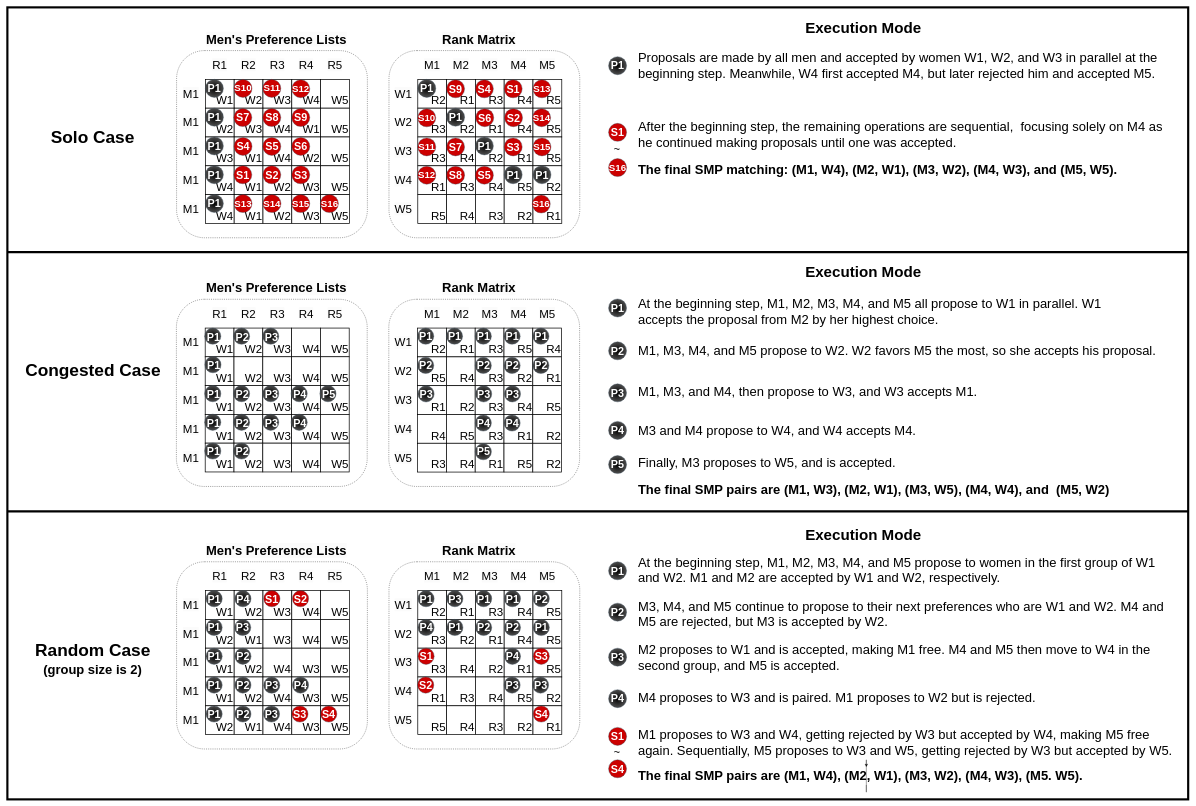
This is 3Workloads.drawio from victorliu-sq/BambooSMP-Figures, a draw.io file, before an edit. Source tidied: cells renumbered, new cells numbered last; positions are measured from the earlier drawing's top-left corner, leaving out a move shared by most shapes. Both pictures are drawn from the tidied source at 36%, with x=0, y=0 at pixel (7, 7).
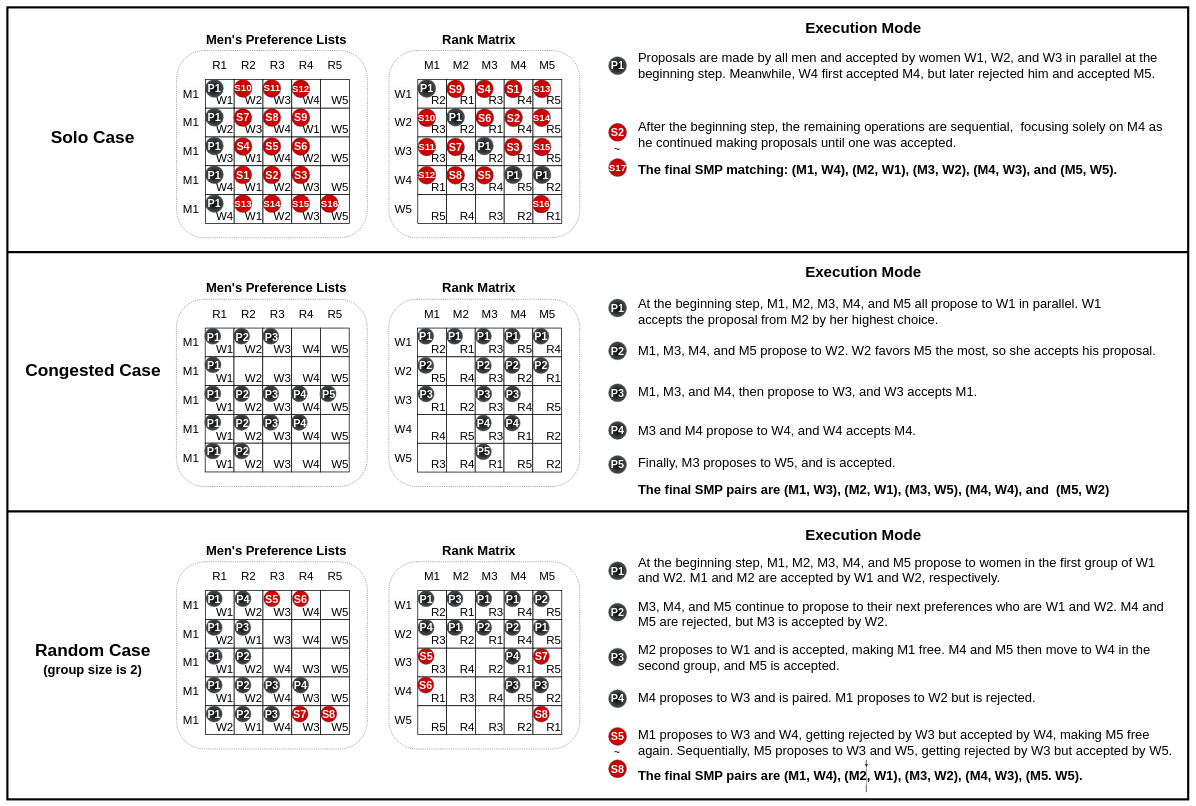
The same diagram, later.

The edit, as a diff of the source:
```diff
@@
-    <mxCell id="8" value="S1" style="ellipse;whiteSpace=wrap;html=1;strokeColor=#314354;align=center;verticalAlign=middle;fontFamily=Helvetica;fontSize=30;fillColor=#CC0000;fontColor=#ffffff;fontStyle=1;" parent="1" vertex="1">
+    <mxCell id="8" value="S2" style="ellipse;whiteSpace=wrap;html=1;strokeColor=#314354;align=center;verticalAlign=middle;fontFamily=Helvetica;fontSize=30;fillColor=#CC0000;fontColor=#ffffff;fontStyle=1;" parent="1" vertex="1">
       <mxGeometry x="1670" y="322.2" width="50" height="50" as="geometry" />
     </mxCell>
@@
-    <mxCell id="14" value="S16" style="ellipse;whiteSpace=wrap;html=1;strokeColor=#314354;align=center;verticalAlign=middle;fontFamily=Helvetica;fontSize=27;fillColor=#CC0000;fontColor=#ffffff;fontStyle=1;" parent="1" vertex="1">
+    <mxCell id="14" value="S17" style="ellipse;whiteSpace=wrap;html=1;strokeColor=#314354;align=center;verticalAlign=middle;fontFamily=Helvetica;fontSize=27;fillColor=#CC0000;fontColor=#ffffff;fontStyle=1;" parent="1" vertex="1">
       <mxGeometry x="1670" y="420" width="50" height="50" as="geometry" />
     </mxCell>
@@
-    <mxCell id="20" value="S1" style="ellipse;whiteSpace=wrap;html=1;strokeColor=#314354;align=center;verticalAlign=middle;fontFamily=Helvetica;fontSize=30;fillColor=#CC0000;fontColor=#ffffff;fontStyle=1;" parent="1" vertex="1">
+    <mxCell id="20" value="S5" style="ellipse;whiteSpace=wrap;html=1;strokeColor=#314354;align=center;verticalAlign=middle;fontFamily=Helvetica;fontSize=30;fillColor=#CC0000;fontColor=#ffffff;fontStyle=1;" parent="1" vertex="1">
       <mxGeometry x="1670" y="2000" width="50" height="50" as="geometry" />
     </mxCell>
-    <mxCell id="21" value="S4" style="ellipse;whiteSpace=wrap;html=1;strokeColor=#314354;align=center;verticalAlign=middle;fontFamily=Helvetica;fontSize=30;fillColor=#CC0000;fontColor=#ffffff;fillStyle=solid;strokeWidth=1;fontStyle=1;gradientColor=none;gradientDirection=radial;" parent="1" vertex="1">
+    <mxCell id="21" value="S8" style="ellipse;whiteSpace=wrap;html=1;strokeColor=#314354;align=center;verticalAlign=middle;fontFamily=Helvetica;fontSize=30;fillColor=#CC0000;fontColor=#ffffff;fillStyle=solid;strokeWidth=1;fontStyle=1;gradientColor=none;gradientDirection=radial;" parent="1" vertex="1">
       <mxGeometry x="1670" y="2090" width="50" height="50" as="geometry" />
     </mxCell>
@@
-    <mxCell id="343" value="S1" style="ellipse;whiteSpace=wrap;html=1;strokeColor=#314354;align=center;verticalAlign=middle;fontFamily=Helvetica;fontSize=30;fillColor=#CC0000;fontColor=#ffffff;fontStyle=1;" parent="1" vertex="1">
+    <mxCell id="343" value="S5" style="ellipse;whiteSpace=wrap;html=1;strokeColor=#314354;align=center;verticalAlign=middle;fontFamily=Helvetica;fontSize=30;fillColor=#CC0000;fontColor=#ffffff;fontStyle=1;" parent="1" vertex="1">
       <mxGeometry x="712.2" y="1620" width="45" height="45" as="geometry" />
     </mxCell>
@@
-    <mxCell id="345" value="S4" style="ellipse;whiteSpace=wrap;html=1;strokeColor=#314354;align=center;verticalAlign=middle;fontFamily=Helvetica;fontSize=30;fillColor=#CC0000;fontColor=#ffffff;fillStyle=solid;strokeWidth=1;fontStyle=1;gradientColor=none;gradientDirection=radial;" parent="1" vertex="1">
+    <mxCell id="345" value="S8" style="ellipse;whiteSpace=wrap;html=1;strokeColor=#314354;align=center;verticalAlign=middle;fontFamily=Helvetica;fontSize=30;fillColor=#CC0000;fontColor=#ffffff;fillStyle=solid;strokeWidth=1;fontStyle=1;gradientColor=none;gradientDirection=radial;" parent="1" vertex="1">
       <mxGeometry x="870.2" y="1940.4" width="45" height="45" as="geometry" />
     </mxCell>
@@
-    <mxCell id="352" value="S2" style="ellipse;whiteSpace=wrap;html=1;strokeColor=#314354;align=center;verticalAlign=middle;fontFamily=Helvetica;fontSize=30;fillColor=#CC0000;fontColor=#ffffff;fontStyle=1;fillStyle=solid;strokeWidth=1;gradientColor=none;gradientDirection=radial;" parent="1" vertex="1">
+    <mxCell id="352" value="S6" style="ellipse;whiteSpace=wrap;html=1;strokeColor=#314354;align=center;verticalAlign=middle;fontFamily=Helvetica;fontSize=30;fillColor=#CC0000;fontColor=#ffffff;fontStyle=1;fillStyle=solid;strokeWidth=1;gradientColor=none;gradientDirection=radial;" parent="1" vertex="1">
       <mxGeometry x="791.8" y="1620" width="45" height="45" as="geometry" />
     </mxCell>
@@
-    <mxCell id="354" value="S3" style="ellipse;whiteSpace=wrap;html=1;strokeColor=#314354;align=center;verticalAlign=middle;fontFamily=Helvetica;fontSize=30;fillColor=#CC0000;fontColor=#ffffff;fillStyle=solid;strokeWidth=1;fontStyle=1;gradientColor=none;gradientDirection=radial;" parent="1" vertex="1">
+    <mxCell id="354" value="S7" style="ellipse;whiteSpace=wrap;html=1;strokeColor=#314354;align=center;verticalAlign=middle;fontFamily=Helvetica;fontSize=30;fillColor=#CC0000;fontColor=#ffffff;fillStyle=solid;strokeWidth=1;fontStyle=1;gradientColor=none;gradientDirection=radial;" parent="1" vertex="1">
       <mxGeometry x="790.2" y="1940.4" width="45" height="45" as="geometry" />
     </mxCell>
@@
-    <mxCell id="368" value="S1" style="ellipse;whiteSpace=wrap;html=1;strokeColor=#314354;align=center;verticalAlign=middle;fontFamily=Helvetica;fontSize=30;fillColor=#CC0000;fontColor=#ffffff;fontStyle=1;" parent="1" vertex="1">
+    <mxCell id="368" value="S5" style="ellipse;whiteSpace=wrap;html=1;strokeColor=#314354;align=center;verticalAlign=middle;fontFamily=Helvetica;fontSize=30;fillColor=#CC0000;fontColor=#ffffff;fontStyle=1;" parent="1" vertex="1">
       <mxGeometry x="1140.5" y="1780" width="45" height="45" as="geometry" />
     </mxCell>
-    <mxCell id="369" value="S2" style="ellipse;whiteSpace=wrap;html=1;strokeColor=#314354;align=center;verticalAlign=middle;fontFamily=Helvetica;fontSize=30;fillColor=#CC0000;fontColor=#ffffff;fontStyle=1;fillStyle=solid;strokeWidth=1;gradientColor=none;gradientDirection=radial;" parent="1" vertex="1">
+    <mxCell id="369" value="S6" style="ellipse;whiteSpace=wrap;html=1;strokeColor=#314354;align=center;verticalAlign=middle;fontFamily=Helvetica;fontSize=30;fillColor=#CC0000;fontColor=#ffffff;fontStyle=1;fillStyle=solid;strokeWidth=1;gradientColor=none;gradientDirection=radial;" parent="1" vertex="1">
       <mxGeometry x="1139.5" y="1860" width="45" height="45" as="geometry" />
     </mxCell>
-    <mxCell id="370" value="S4" style="ellipse;whiteSpace=wrap;html=1;strokeColor=#314354;align=center;verticalAlign=middle;fontFamily=Helvetica;fontSize=30;fillColor=#CC0000;fontColor=#ffffff;fillStyle=solid;strokeWidth=1;fontStyle=1;gradientColor=none;gradientDirection=radial;" parent="1" vertex="1">
+    <mxCell id="370" value="S8" style="ellipse;whiteSpace=wrap;html=1;strokeColor=#314354;align=center;verticalAlign=middle;fontFamily=Helvetica;fontSize=30;fillColor=#CC0000;fontColor=#ffffff;fillStyle=solid;strokeWidth=1;fontStyle=1;gradientColor=none;gradientDirection=radial;" parent="1" vertex="1">
       <mxGeometry x="1460.5" y="1940.4" width="45" height="45" as="geometry" />
     </mxCell>
-    <mxCell id="371" value="S3" style="ellipse;whiteSpace=wrap;html=1;strokeColor=#314354;align=center;verticalAlign=middle;fontFamily=Helvetica;fontSize=30;fillColor=#CC0000;fontColor=#ffffff;fillStyle=solid;strokeWidth=1;fontStyle=1;gradientColor=none;gradientDirection=radial;" parent="1" vertex="1">
+    <mxCell id="371" value="S7" style="ellipse;whiteSpace=wrap;html=1;strokeColor=#314354;align=center;verticalAlign=middle;fontFamily=Helvetica;fontSize=30;fillColor=#CC0000;fontColor=#ffffff;fillStyle=solid;strokeWidth=1;fontStyle=1;gradientColor=none;gradientDirection=radial;" parent="1" vertex="1">
       <mxGeometry x="1460.5" y="1780" width="45" height="45" as="geometry" />
     </mxCell>
```
